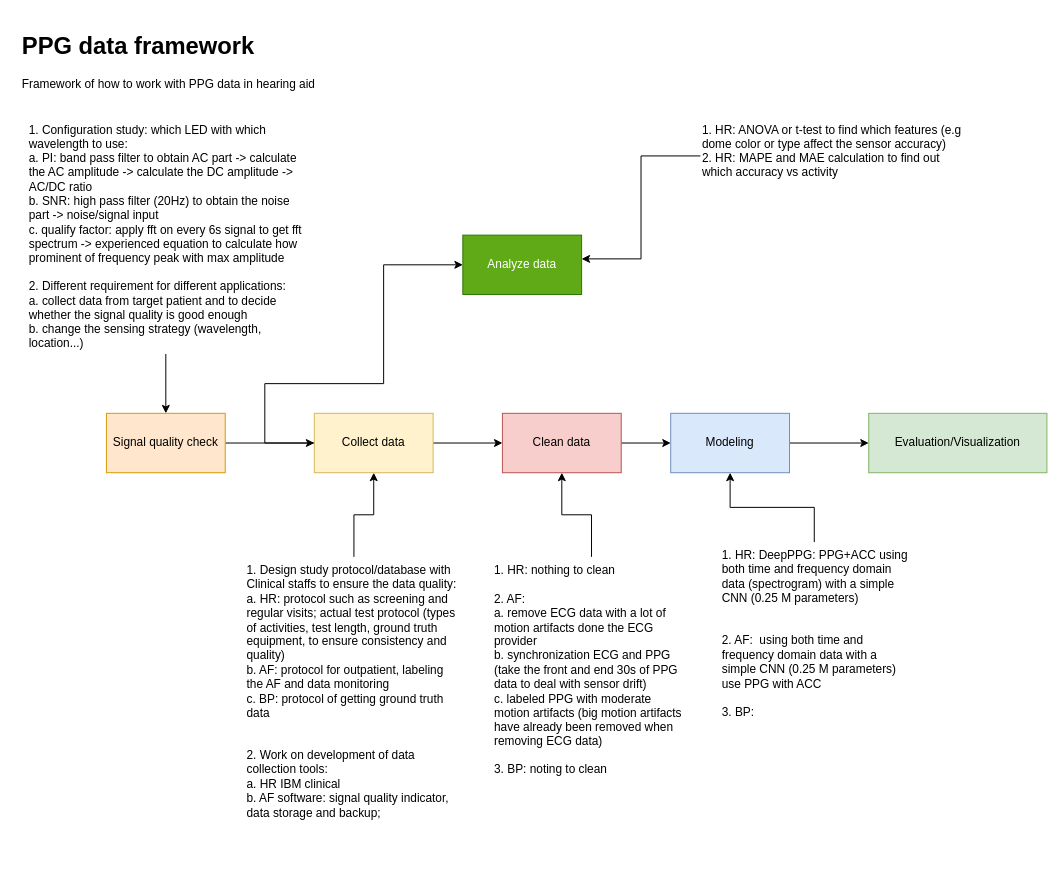
The draw.io diagram Data pipeline.drawio in supertime1/PPG_DSP, before the edit. Source tidied: cells renumbered, new cells numbered last; positions are measured from the earlier drawing's top-left corner, leaving out a move shared by most shapes. Both pictures are drawn from the tidied source at 99%, with x=0, y=0 at pixel (17, 27).
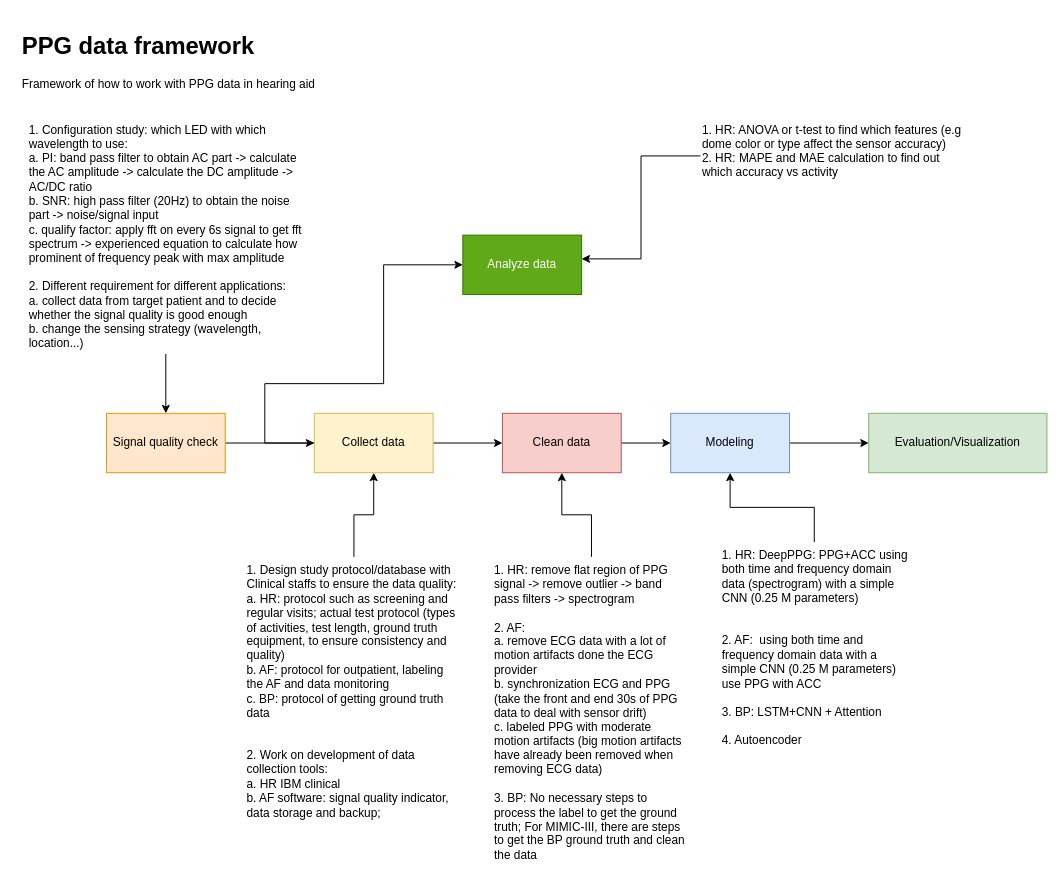
The same page after the edit.

Change to the diagram source:
```diff
@@
-    <mxCell id="13" value="1. HR: DeepPPG: PPG+ACC using both time and frequency domain data (spectrogram) with a simple CNN (0.25 M parameters)&lt;br&gt;&lt;br&gt;&lt;br&gt;2. AF:&amp;nbsp; using both time and frequency domain data with a simple CNN (0.25 M parameters)&lt;br&gt;use PPG with ACC&amp;nbsp;&lt;br&gt;&lt;br&gt;3. BP:&amp;nbsp;" style="text;html=1;strokeColor=none;fillColor=none;align=left;verticalAlign=top;whiteSpace=wrap;rounded=0;" parent="1" vertex="1">
+    <mxCell id="13" value="1. HR: DeepPPG: PPG+ACC using both time and frequency domain data (spectrogram) with a simple CNN (0.25 M parameters)&lt;br&gt;&lt;br&gt;&lt;br&gt;2. AF:&amp;nbsp; using both time and frequency domain data with a simple CNN (0.25 M parameters)&lt;br&gt;use PPG with ACC&amp;nbsp;&lt;br&gt;&lt;br&gt;3. BP: LSTM+CNN + Attention&lt;br&gt;&lt;br&gt;4. Autoencoder" style="text;html=1;strokeColor=none;fillColor=none;align=left;verticalAlign=top;whiteSpace=wrap;rounded=0;" parent="1" vertex="1">
       <mxGeometry x="710" y="520" width="190" height="240" as="geometry" />
     </mxCell>
@@
-    <mxCell id="16" value="1. HR: nothing to clean&amp;nbsp;&lt;br&gt;&lt;br&gt;2. AF:&lt;br&gt;a. remove ECG data with a lot of motion artifacts done the ECG provider&lt;br&gt;b. synchronization ECG and PPG (take the front and end 30s of PPG data to deal with sensor drift)&lt;br&gt;c. labeled PPG with moderate motion artifacts (big motion artifacts have already been removed when removing ECG data)&lt;br&gt;&lt;br&gt;3. BP: noting to clean" style="text;html=1;strokeColor=none;fillColor=none;align=left;verticalAlign=top;whiteSpace=wrap;rounded=0;" parent="1" vertex="1">
+    <mxCell id="16" value="1. HR: remove flat region of PPG signal -&amp;gt; remove outlier -&amp;gt; band pass filters -&amp;gt; spectrogram&lt;br&gt;&lt;br&gt;2. AF:&lt;br&gt;a. remove ECG data with a lot of motion artifacts done the ECG provider&lt;br&gt;b. synchronization ECG and PPG (take the front and end 30s of PPG data to deal with sensor drift)&lt;br&gt;c. labeled PPG with moderate motion artifacts (big motion artifacts have already been removed when removing ECG data)&lt;br&gt;&lt;br&gt;3. BP: No necessary steps to process the label to get the ground truth; For MIMIC-III, there are steps to get the BP ground truth and clean the data" style="text;html=1;strokeColor=none;fillColor=none;align=left;verticalAlign=top;whiteSpace=wrap;rounded=0;" parent="1" vertex="1">
       <mxGeometry x="480" y="535" width="200" height="190" as="geometry" />
     </mxCell>
```
